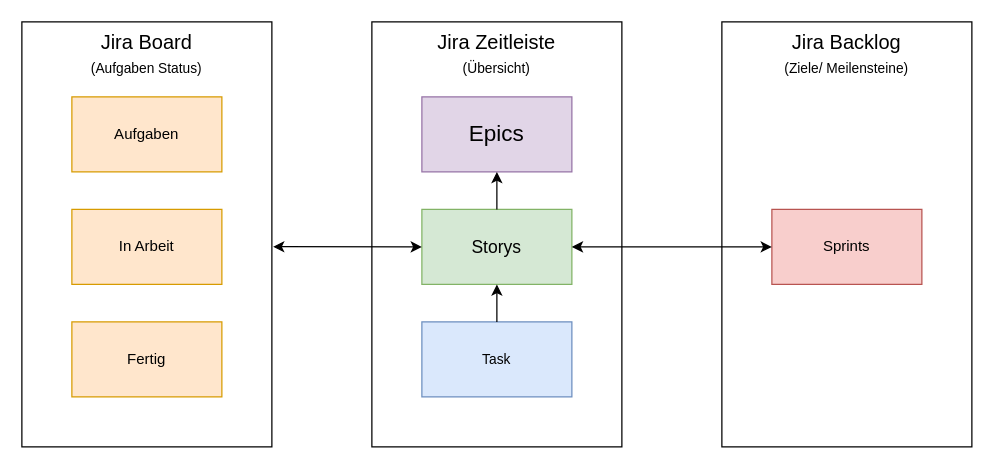
The draw.io diagram Planung/Projektplan/Jira.drawio in flurin-b/PMSwEng, before the edit. Source tidied: cells renumbered, new cells numbered last; positions are measured from the earlier drawing's top-left corner, leaving out a move shared by most shapes. Both pictures are drawn from the tidied source at 125%, with x=0, y=0 at pixel (21, 21).
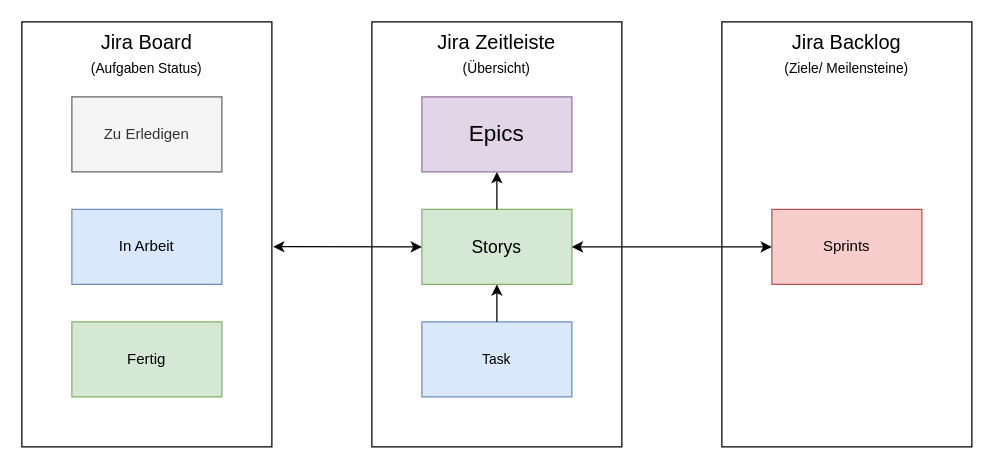
After the change.

Commit message:
Jira ergänzt

Change to the diagram source:
```diff
@@
 <mxGraphModel>
   <root>
     <mxCell id="0" />
     <mxCell id="1" parent="0" />
     <mxCell id="2" value="Jira Zeitleiste&lt;br&gt;&lt;font style=&quot;font-size: 11px;&quot;&gt;(Übersicht)&lt;/font&gt;" style="rounded=0;whiteSpace=wrap;html=1;verticalAlign=top;fontSize=16;" parent="1" vertex="1">
       <mxGeometry x="280" width="200" height="340" as="geometry" />
     </mxCell>
     <mxCell id="3" value="&lt;font style=&quot;font-size: 18px;&quot;&gt;Epics&lt;/font&gt;" style="rounded=0;whiteSpace=wrap;html=1;fillColor=#e1d5e7;strokeColor=#9673a6;" parent="1" vertex="1">
       <mxGeometry x="320" y="60" width="120" height="60" as="geometry" />
     </mxCell>
     <mxCell id="4" value="&lt;font style=&quot;font-size: 14px;&quot;&gt;Storys&lt;/font&gt;" style="rounded=0;whiteSpace=wrap;html=1;fillColor=#d5e8d4;strokeColor=#82b366;" parent="1" vertex="1">
       <mxGeometry x="320" y="150" width="120" height="60" as="geometry" />
     </mxCell>
     <mxCell id="5" value="Task" style="rounded=0;whiteSpace=wrap;html=1;fillColor=#dae8fc;strokeColor=#6c8ebf;fontSize=11;" parent="1" vertex="1">
       <mxGeometry x="320" y="240" width="120" height="60" as="geometry" />
     </mxCell>
     <mxCell id="6" style="endArrow=classic;html=1;rounded=0;exitX=0.5;exitY=0;exitDx=0;exitDy=0;entryX=0.5;entryY=1;entryDx=0;entryDy=0;" parent="1" edge="1" source="5" target="4">
       <mxGeometry relative="1" as="geometry" />
     </mxCell>
     <mxCell id="7" style="endArrow=classic;html=1;rounded=0;exitX=0.5;exitY=0;exitDx=0;exitDy=0;" parent="1" edge="1" source="4" target="3">
       <mxGeometry relative="1" as="geometry" />
     </mxCell>
     <mxCell id="8" value="Jira Backlog&lt;font style=&quot;font-size: 11px;&quot;&gt;&lt;br&gt;(Ziele/ Meilensteine)&lt;/font&gt;" style="rounded=0;whiteSpace=wrap;html=1;verticalAlign=top;fontSize=16;" parent="1" vertex="1">
       <mxGeometry x="560" width="200" height="340" as="geometry" />
     </mxCell>
     <mxCell id="9" value="Sprints" style="rounded=0;whiteSpace=wrap;html=1;fillColor=#f8cecc;strokeColor=#b85450;" parent="1" vertex="1">
       <mxGeometry x="600" y="150" width="120" height="60" as="geometry" />
     </mxCell>
     <mxCell id="10" style="endArrow=classic;startArrow=classic;html=1;rounded=0;entryX=0;entryY=0.5;entryDx=0;entryDy=0;exitX=1;exitY=0.5;exitDx=0;exitDy=0;" parent="1" edge="1" source="4" target="9">
       <mxGeometry relative="1" as="geometry" />
     </mxCell>
     <mxCell id="11" value="Jira Board&lt;br&gt;&lt;font style=&quot;font-size: 11px;&quot;&gt;(Aufgaben Status)&lt;/font&gt;" style="rounded=0;whiteSpace=wrap;html=1;verticalAlign=top;fontSize=16;" parent="1" vertex="1">
       <mxGeometry width="200" height="340" as="geometry" />
     </mxCell>
-    <mxCell id="12" value="Aufgaben" style="rounded=0;whiteSpace=wrap;html=1;fillColor=#ffe6cc;strokeColor=#d79b00;" parent="1" vertex="1">
+    <mxCell id="12" value="Zu Erledigen" style="rounded=0;whiteSpace=wrap;html=1;fillColor=#f5f5f5;strokeColor=#666666;fontColor=#333333;" parent="1" vertex="1">
       <mxGeometry x="40" y="60" width="120" height="60" as="geometry" />
     </mxCell>
-    <mxCell id="13" value="In Arbeit" style="rounded=0;whiteSpace=wrap;html=1;fillColor=#ffe6cc;strokeColor=#d79b00;" parent="1" vertex="1">
+    <mxCell id="13" value="In Arbeit" style="rounded=0;whiteSpace=wrap;html=1;fillColor=#dae8fc;strokeColor=#6c8ebf;" parent="1" vertex="1">
       <mxGeometry x="40" y="150" width="120" height="60" as="geometry" />
     </mxCell>
-    <mxCell id="14" value="Fertig" style="rounded=0;whiteSpace=wrap;html=1;fillColor=#ffe6cc;strokeColor=#d79b00;" parent="1" vertex="1">
+    <mxCell id="14" value="Fertig" style="rounded=0;whiteSpace=wrap;html=1;fillColor=#d5e8d4;strokeColor=#82b366;" parent="1" vertex="1">
       <mxGeometry x="40" y="240" width="120" height="60" as="geometry" />
     </mxCell>
     <mxCell id="15" style="endArrow=classic;startArrow=classic;html=1;rounded=0;entryX=0;entryY=0.5;entryDx=0;entryDy=0;exitX=1.005;exitY=0.529;exitDx=0;exitDy=0;exitPerimeter=0;" parent="1" edge="1" source="11" target="4">
       <mxGeometry relative="1" as="geometry" />
     </mxCell>
   </root>
 </mxGraphModel>
```
